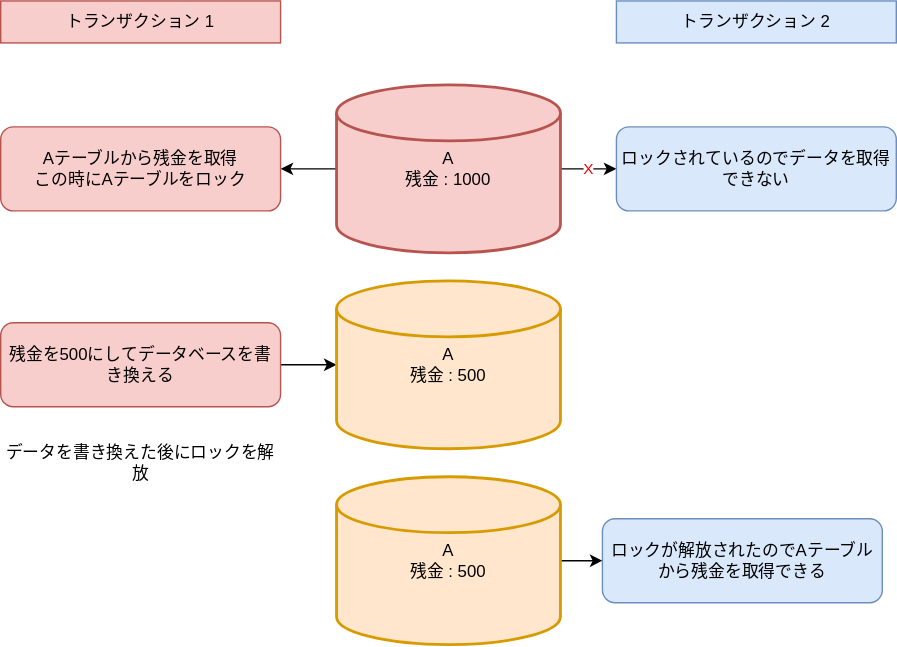
Earlier version of the draw.io export static/img/svg/Database/transaction/transaction-3.drawio.svg (koseki2580/study-docs). Source tidied: cells renumbered, new cells last; positions are measured from the earlier drawing's top-left corner, leaving out a move shared by most shapes.
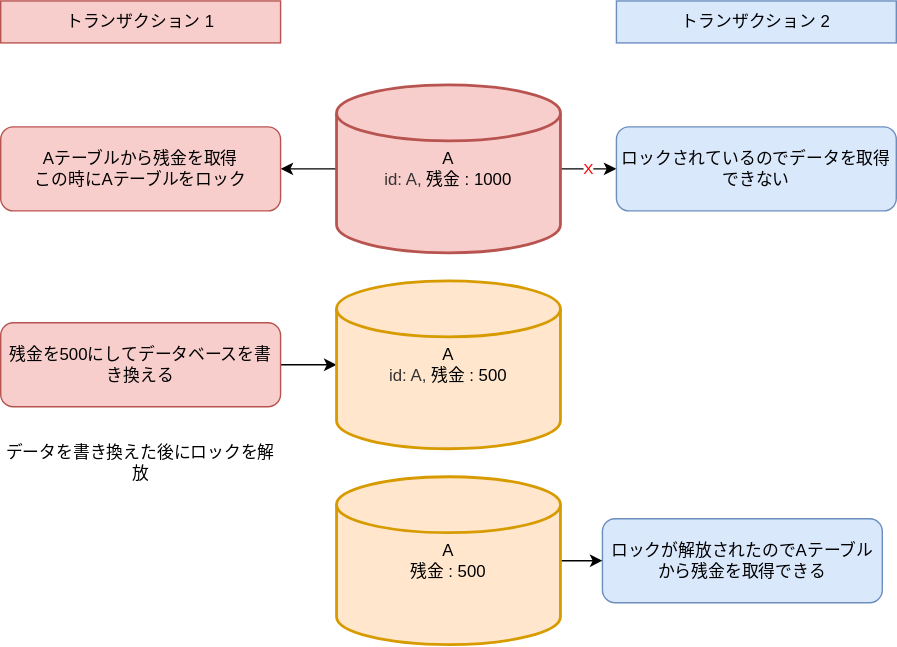
Later version of the same file.

Change to the diagram source:
```diff
@@ -8,7 +8,7 @@
     <mxCell id="3" style="edgeStyle=none;html=1;" parent="1" edge="1" source="4" target="5">
       <mxGeometry relative="1" as="geometry" />
     </mxCell>
-    <mxCell id="4" value="A&lt;br&gt;残金 : 1000" style="strokeWidth=2;html=1;shape=mxgraph.flowchart.database;whiteSpace=wrap;fillColor=#f8cecc;strokeColor=#b85450;" parent="1" vertex="1">
+    <mxCell id="4" value="A&lt;br&gt;&lt;span style=&quot;color: rgb(51 , 51 , 51)&quot;&gt;id: A,&amp;nbsp;&lt;/span&gt;残金 : 1000" style="strokeWidth=2;html=1;shape=mxgraph.flowchart.database;whiteSpace=wrap;fillColor=#f8cecc;strokeColor=#b85450;" parent="1" vertex="1">
       <mxGeometry x="240" y="60" width="160" height="120" as="geometry" />
     </mxCell>
     <mxCell id="5" value="Aテーブルから残金を取得&lt;br&gt;この時にAテーブルをロック" style="rounded=1;whiteSpace=wrap;html=1;fillColor=#f8cecc;strokeColor=#b85450;" parent="1" vertex="1">
@@ -32,7 +32,7 @@
     <mxCell id="11" value="ロックが解放されたのでAテーブルから残金を取得できる" style="rounded=1;whiteSpace=wrap;html=1;fillColor=#dae8fc;strokeColor=#6c8ebf;" parent="1" vertex="1">
       <mxGeometry x="430" y="370" width="200" height="60" as="geometry" />
     </mxCell>
-    <mxCell id="12" value="A&lt;br&gt;残金 : 500" style="strokeWidth=2;html=1;shape=mxgraph.flowchart.database;whiteSpace=wrap;fillColor=#ffe6cc;strokeColor=#d79b00;" parent="1" vertex="1">
+    <mxCell id="12" value="A&lt;br&gt;&lt;span style=&quot;color: rgb(51 , 51 , 51)&quot;&gt;id: A,&amp;nbsp;&lt;/span&gt;残金 : 500" style="strokeWidth=2;html=1;shape=mxgraph.flowchart.database;whiteSpace=wrap;fillColor=#ffe6cc;strokeColor=#d79b00;" parent="1" vertex="1">
       <mxGeometry x="240" y="200" width="160" height="120" as="geometry" />
     </mxCell>
     <mxCell id="13" value="データを書き換えた後にロックを解放" style="text;html=1;strokeColor=none;fillColor=none;align=center;verticalAlign=middle;whiteSpace=wrap;rounded=0;" parent="1" vertex="1">
```
